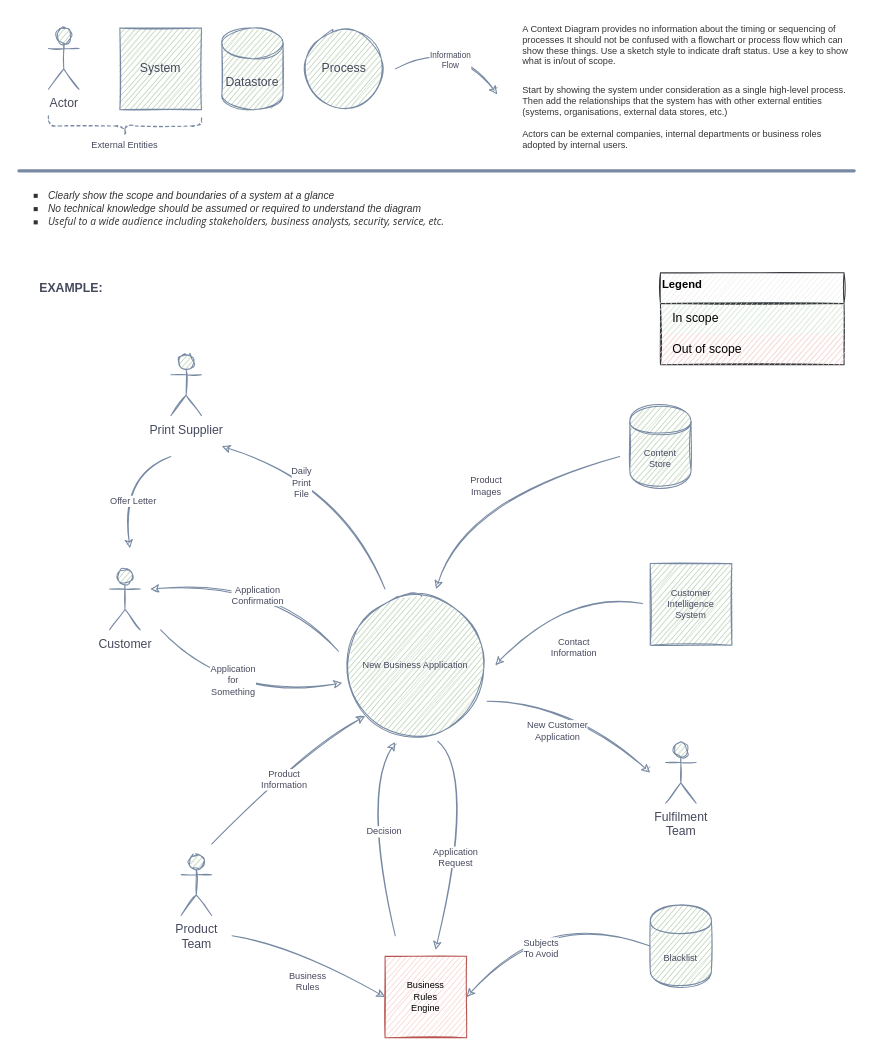
This is page "Context Diagram" (1 of 2) of Sample Architecture Viewponts.drawio from martinlt/reference, a draw.io file, before an edit. Source tidied: cells renumbered, new cells numbered last; positions are measured from the earlier drawing's top-left corner, leaving out a move shared by most shapes. Both pictures are drawn from the tidied source at 102%, with x=0, y=0 at pixel (18, 28).
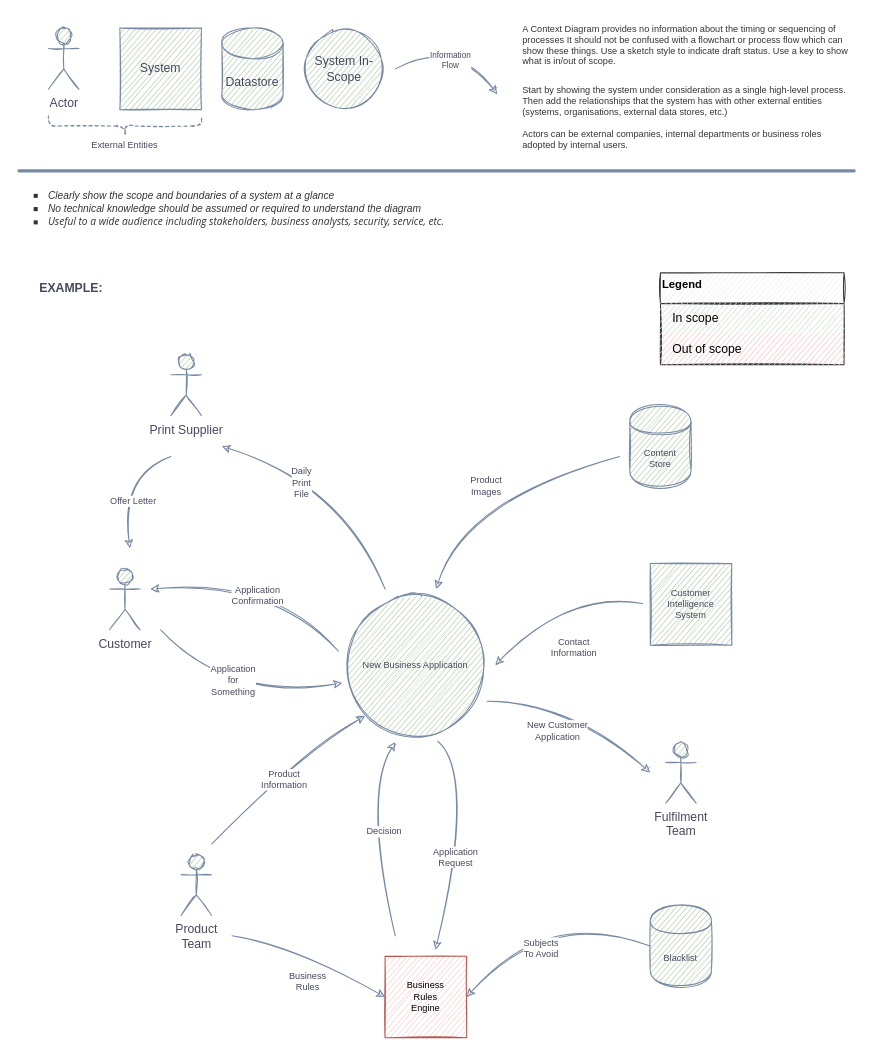
After the change.

What changed in the source:
```diff
@@
-    <mxCell id="5" value="Process" style="ellipse;whiteSpace=wrap;html=1;rounded=0;sketch=1;fillColor=#B2C9AB;strokeColor=#788AA3;fontColor=#46495D;" parent="1" vertex="1">
+    <mxCell id="5" value="System In-Scope" style="ellipse;whiteSpace=wrap;html=1;rounded=0;sketch=1;fillColor=#B2C9AB;strokeColor=#788AA3;fontColor=#46495D;" parent="1" vertex="1">
       <mxGeometry x="279" width="80" height="80" as="geometry" />
     </mxCell>
```
